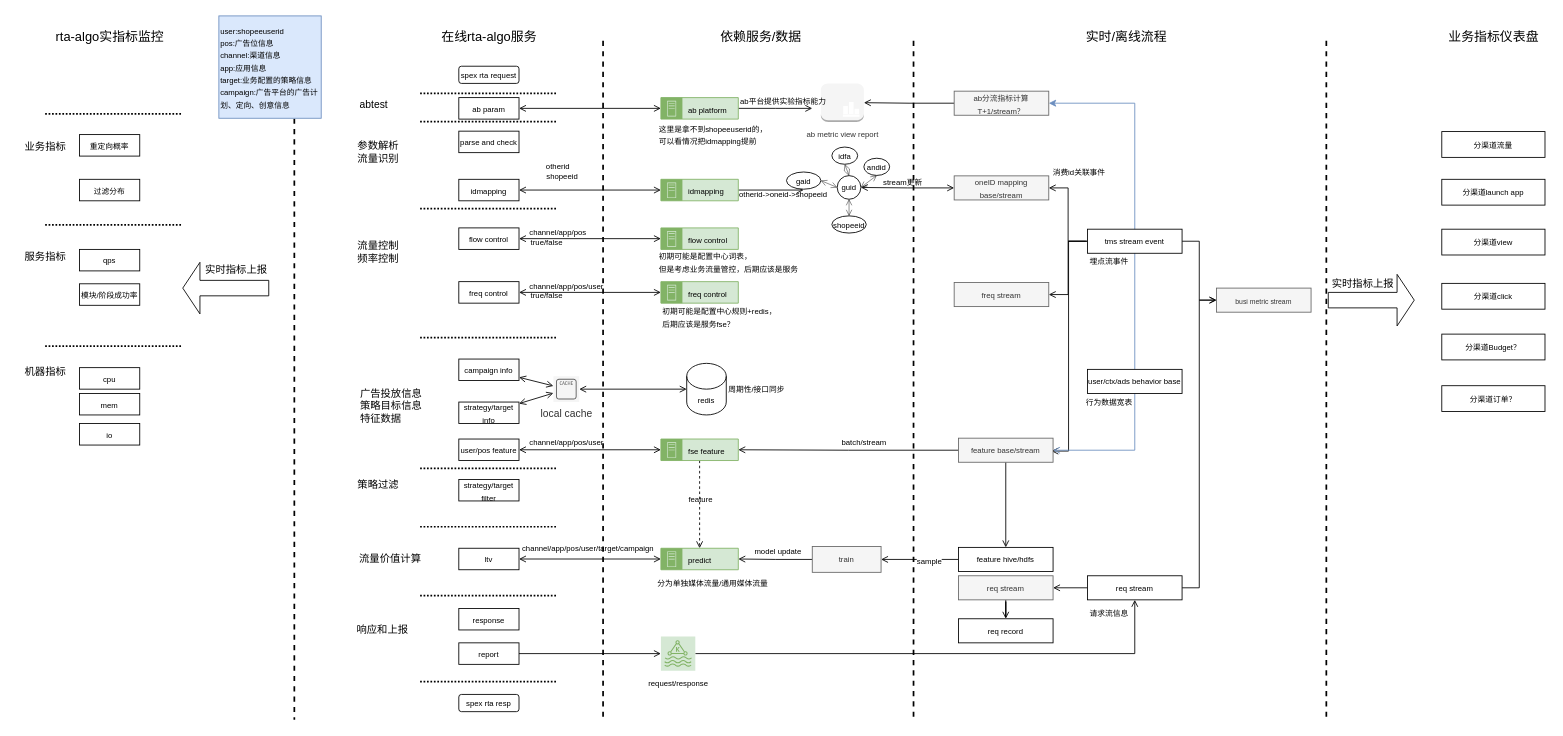
This is ads_rta.drawio from hpsdy/diagram, a draw.io file, before an edit. Source tidied: cells renumbered, new cells numbered last; positions are measured from the earlier drawing's top-left corner, leaving out a move shared by most shapes. Both pictures are drawn from the tidied source at 86%, with x=0, y=0 at pixel (15, 15).
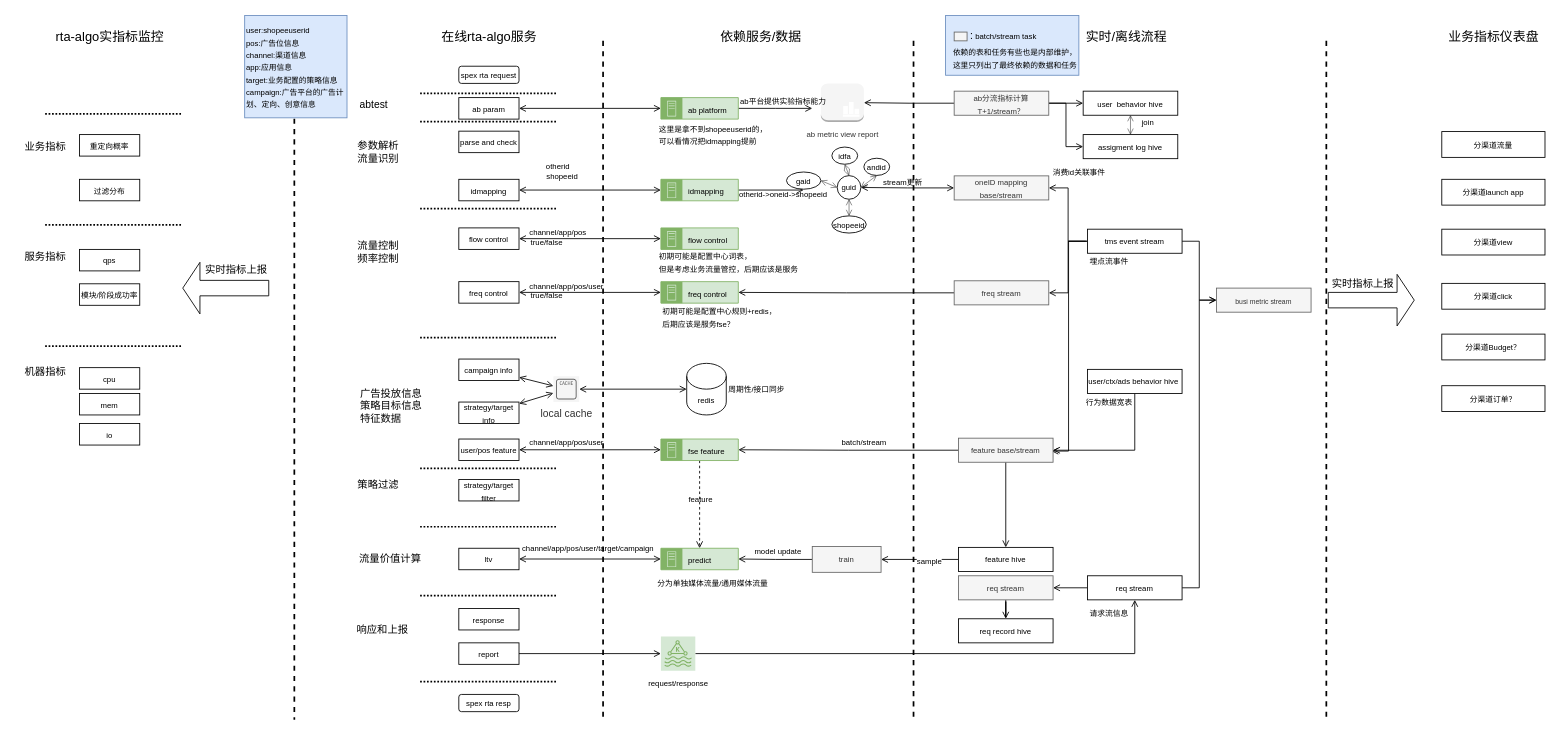
The same page after the edit.

Unchanged cells that the change refers to:
```xml
<mxCell id="25" value="&lt;font style=&quot;font-size: 9px;&quot;&gt;freq control&lt;/font&gt;" style="points=[[0,0],[0.25,0],[0.5,0],[0.75,0],[1,0],[1,0.25],[1,0.5],[1,0.75],[1,1],[0.75,1],[0.5,1],[0.25,1],[0,1],[0,0.75],[0,0.5],[0,0.25]];outlineConnect=0;html=1;whiteSpace=wrap;fontSize=12;fontStyle=0;shape=mxgraph.aws4.group;grIcon=mxgraph.aws4.group_on_premise;strokeColor=#82b366;fillColor=#d5e8d4;verticalAlign=top;align=left;spacingLeft=30;dashed=0;" parent="1" vertex="1">
  <mxGeometry x="751" y="309" width="90" height="25" as="geometry" />
</mxCell>
<mxCell id="107" value="&lt;font style=&quot;font-size: 9px;&quot;&gt;ab分流指标计算T+1/stream？&lt;/font&gt;" style="rounded=0;whiteSpace=wrap;html=1;fillColor=#f5f5f5;fontColor=#333333;strokeColor=#666666;" parent="1" vertex="1">
  <mxGeometry x="1092" y="87.5" width="110" height="28" as="geometry" />
</mxCell>
<mxCell id="125" value="&lt;font style=&quot;font-size: 9px;&quot;&gt;feature base/stream&lt;/font&gt;" style="rounded=0;whiteSpace=wrap;html=1;fillColor=#f5f5f5;fontColor=#333333;strokeColor=#666666;" parent="1" vertex="1">
  <mxGeometry x="1097" y="491" width="110" height="28" as="geometry" />
</mxCell>
```

What changed in the source:
```diff
@@
+    <mxCell id="149" style="rounded=0;whiteSpace=wrap;html=1;fillColor=#dae8fc;strokeColor=#6c8ebf;" parent="1" vertex="1">
+      <mxGeometry x="1082" y="-0.5" width="155" height="69.5" as="geometry" />
+    </mxCell>
@@
-    <mxCell id="3" style="edgeStyle=orthogonalEdgeStyle;rounded=0;jettySize=auto;html=1;exitX=0.5;exitY=0;exitDx=0;exitDy=0;entryX=1;entryY=0.5;entryDx=0;entryDy=0;fillColor=#dae8fc;strokeColor=#6c8ebf;" parent="1" edge="1" source="122" target="107">
-      <mxGeometry relative="1" as="geometry" />
-    </mxCell>
@@
     <mxCell id="52" value="&lt;font style=&quot;font-size: 9px;&quot;&gt;user:shopeeuserid&lt;br&gt;pos:广告位信息&lt;br&gt;channel:渠道信息&lt;br&gt;app:应用信息&lt;br&gt;target:业务配置的策略信息&lt;br&gt;campaign:广告平台的广告计划、定向、创意信息&lt;br&gt;&lt;/font&gt;" style="whiteSpace=wrap;html=1;fillColor=#dae8fc;strokeColor=#6c8ebf;align=left;" parent="1" vertex="1">
-      <mxGeometry x="237" width="119" height="119" as="geometry" />
+      <mxGeometry x="267" y="-0.5" width="119" height="119" as="geometry" />
     </mxCell>
@@
+    <mxCell id="150" style="edgeStyle=orthogonalEdgeStyle;rounded=0;jettySize=auto;html=1;exitX=1;exitY=0.5;exitDx=0;exitDy=0;entryX=0;entryY=0.5;entryDx=0;entryDy=0;endArrow=open;endFill=0;" parent="1" edge="1" source="107" target="157">
+      <mxGeometry relative="1" as="geometry" />
+    </mxCell>
+    <mxCell id="151" style="edgeStyle=orthogonalEdgeStyle;rounded=0;jettySize=auto;html=1;exitX=1;exitY=0.5;exitDx=0;exitDy=0;entryX=0;entryY=0.5;entryDx=0;entryDy=0;endArrow=open;endFill=0;" parent="1" edge="1" source="107" target="158">
+      <mxGeometry relative="1" as="geometry" />
+    </mxCell>
@@
+    <mxCell id="152" style="edgeStyle=orthogonalEdgeStyle;rounded=0;jettySize=auto;html=1;entryX=1;entryY=0.5;entryDx=0;entryDy=0;endArrow=open;endFill=0;" parent="1" edge="1" source="114" target="25">
+      <mxGeometry relative="1" as="geometry" />
+    </mxCell>
     <mxCell id="114" value="&lt;font style=&quot;font-size: 9px;&quot;&gt;freq stream&lt;/font&gt;" style="rounded=0;whiteSpace=wrap;html=1;fillColor=#f5f5f5;fontColor=#333333;strokeColor=#666666;" parent="1" vertex="1">
-      <mxGeometry x="1092" y="310" width="110" height="28" as="geometry" />
+      <mxGeometry x="1092" y="308" width="110" height="28" as="geometry" />
     </mxCell>
@@
-    <mxCell id="119" value="&lt;font style=&quot;font-size: 9px;&quot;&gt;tms stream event&lt;/font&gt;" style="rounded=0;whiteSpace=wrap;html=1;" parent="1" vertex="1">
+    <mxCell id="119" value="&lt;font style=&quot;font-size: 9px;&quot;&gt;tms&amp;nbsp;event stream&lt;/font&gt;" style="rounded=0;whiteSpace=wrap;html=1;" parent="1" vertex="1">
       <mxGeometry x="1247" y="248" width="110" height="28" as="geometry" />
     </mxCell>
@@
-    <mxCell id="121" style="edgeStyle=orthogonalEdgeStyle;rounded=0;jettySize=auto;html=1;exitX=0.5;exitY=1;exitDx=0;exitDy=0;entryX=1;entryY=0.5;entryDx=0;entryDy=0;endArrow=open;endFill=0;fillColor=#dae8fc;strokeColor=#6c8ebf;" parent="1" edge="1" source="122" target="125">
+    <mxCell id="121" style="edgeStyle=orthogonalEdgeStyle;rounded=0;jettySize=auto;html=1;exitX=0.5;exitY=1;exitDx=0;exitDy=0;entryX=1;entryY=0.5;entryDx=0;entryDy=0;endArrow=open;endFill=0;fillColor=#dae8fc;strokeColor=#000000;" parent="1" edge="1" source="122" target="125">
       <mxGeometry relative="1" as="geometry" />
     </mxCell>
-    <mxCell id="122" value="&lt;font style=&quot;font-size: 9px;&quot;&gt;user/ctx/ads&amp;nbsp;behavior base&lt;/font&gt;" style="rounded=0;whiteSpace=wrap;html=1;" parent="1" vertex="1">
+    <mxCell id="122" value="&lt;font style=&quot;font-size: 9px;&quot;&gt;user/ctx/ads&amp;nbsp;behavior hive&amp;nbsp;&lt;/font&gt;" style="rounded=0;whiteSpace=wrap;html=1;" parent="1" vertex="1">
       <mxGeometry x="1247" y="411" width="110" height="28" as="geometry" />
     </mxCell>
@@
-    <mxCell id="137" value="&lt;font style=&quot;font-size: 9px;&quot;&gt;feature hive/hdfs&lt;/font&gt;" style="rounded=0;whiteSpace=wrap;html=1;" parent="1" vertex="1">
+    <mxCell id="137" value="&lt;font style=&quot;font-size: 9px;&quot;&gt;feature hive&lt;/font&gt;" style="rounded=0;whiteSpace=wrap;html=1;" parent="1" vertex="1">
       <mxGeometry x="1097" y="618" width="110" height="28" as="geometry" />
     </mxCell>
@@
-    <mxCell id="142" value="&lt;font style=&quot;font-size: 9px;&quot;&gt;req record&lt;/font&gt;" style="rounded=0;whiteSpace=wrap;html=1;" parent="1" vertex="1">
+    <mxCell id="142" value="&lt;font style=&quot;font-size: 9px;&quot;&gt;req record hive&lt;/font&gt;" style="rounded=0;whiteSpace=wrap;html=1;" parent="1" vertex="1">
       <mxGeometry x="1097" y="701" width="110" height="28" as="geometry" />
     </mxCell>
@@
+    <mxCell id="153" style="rounded=0;whiteSpace=wrap;html=1;fillColor=#f5f5f5;fontColor=#333333;strokeColor=#666666;" parent="1" vertex="1">
+      <mxGeometry x="1092" y="18.8" width="15" height="10.2" as="geometry" />
+    </mxCell>
+    <mxCell id="154" value=":" style="text;html=1;align=center;verticalAlign=middle;strokeColor=none;fillColor=none;" parent="1" vertex="1">
+      <mxGeometry x="1097" y="7.9" width="30" height="30" as="geometry" />
+    </mxCell>
+    <mxCell id="155" value="&lt;font style=&quot;font-size: 9px;&quot;&gt;batch/stream task&lt;/font&gt;" style="text;html=1;align=center;verticalAlign=middle;strokeColor=none;fillColor=none;" parent="1" vertex="1">
+      <mxGeometry x="1107" y="7.9" width="90" height="30" as="geometry" />
+    </mxCell>
+    <mxCell id="156" style="edgeStyle=orthogonalEdgeStyle;rounded=0;jettySize=auto;html=1;exitX=0.5;exitY=1;exitDx=0;exitDy=0;entryX=0.5;entryY=0;entryDx=0;entryDy=0;endArrow=open;endFill=0;startArrow=open;startFill=0;strokeWidth=0.5;" parent="1" edge="1" source="157" target="158">
+      <mxGeometry relative="1" as="geometry" />
+    </mxCell>
+    <mxCell id="157" value="&lt;font style=&quot;font-size: 9px;&quot;&gt;user&amp;nbsp;&amp;nbsp;&lt;/font&gt;&lt;font style=&quot;font-size: 9px;&quot;&gt;behavior hive&lt;/font&gt;" style="rounded=0;whiteSpace=wrap;html=1;" parent="1" vertex="1">
+      <mxGeometry x="1242" y="87.5" width="110" height="28" as="geometry" />
+    </mxCell>
+    <mxCell id="158" value="&lt;font style=&quot;font-size: 9px;&quot;&gt;assigment log hive&lt;/font&gt;" style="rounded=0;whiteSpace=wrap;html=1;" parent="1" vertex="1">
+      <mxGeometry x="1242" y="138" width="110" height="28" as="geometry" />
+    </mxCell>
+    <mxCell id="159" value="&lt;font style=&quot;font-size: 9px;&quot;&gt;依赖的表和任务有些也是内部维护，&lt;br&gt;这里只列出了最终依赖的数据和任务&lt;/font&gt;" style="text;html=1;align=left;verticalAlign=middle;strokeColor=none;fillColor=none;" parent="1" vertex="1">
+      <mxGeometry x="1089" y="29" width="170" height="40" as="geometry" />
+    </mxCell>
+    <mxCell id="160" value="&lt;font style=&quot;font-size: 9px;&quot;&gt;join&lt;/font&gt;" style="text;html=1;align=center;verticalAlign=middle;strokeColor=none;fillColor=none;" parent="1" vertex="1">
+      <mxGeometry x="1297" y="108" width="40" height="30" as="geometry" />
+    </mxCell>
```
